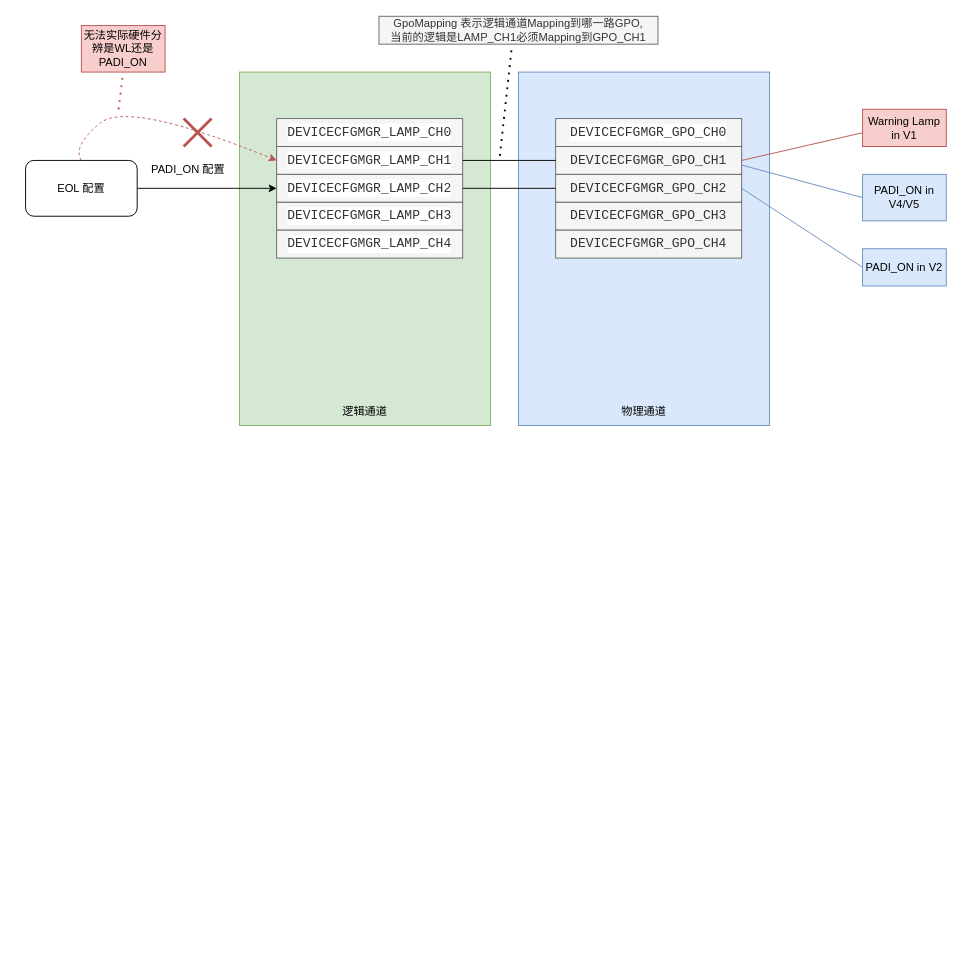
Above: Gpo_configuration.drawio in woshitanwang/pics_procdure (draw.io), before the change. Source tidied: cells renumbered, new cells numbered last; positions are measured from the earlier drawing's top-left corner, leaving out a move shared by most shapes. Both pictures are drawn from the tidied source at 93%, with x=0, y=0 at pixel (25, 16).
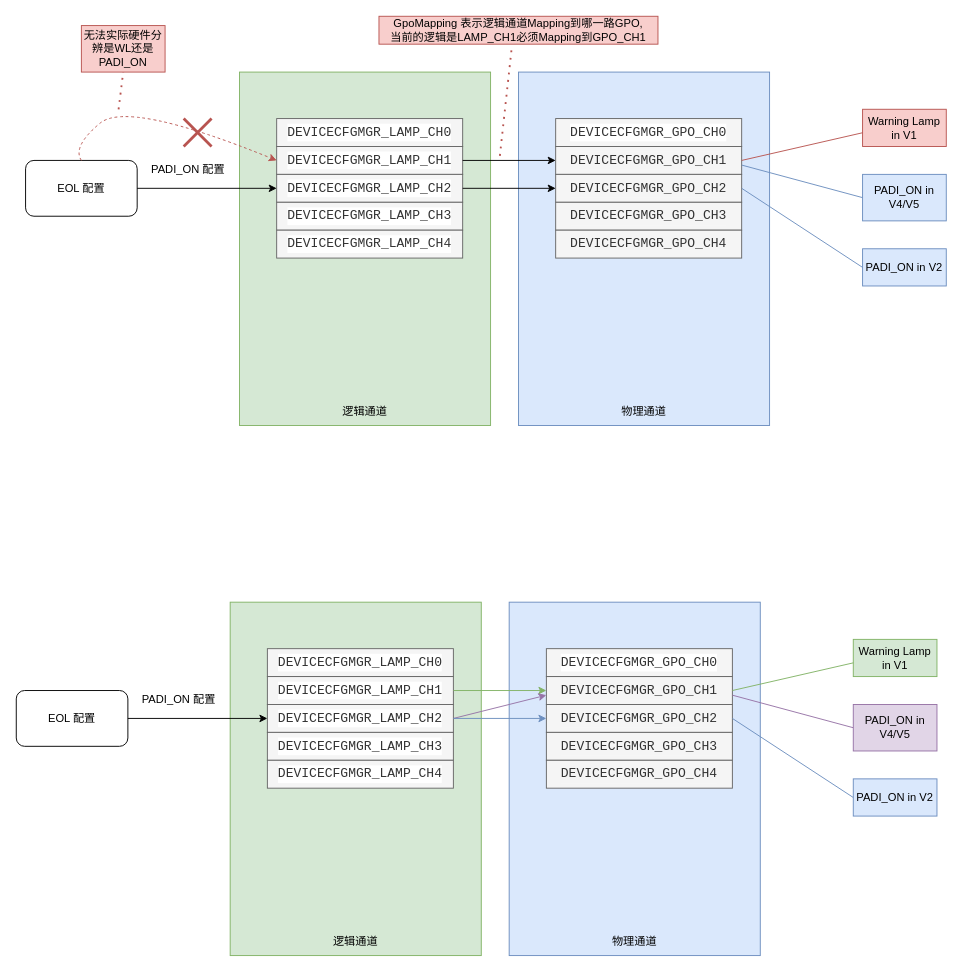
The same page after the edit.

The change refers to these unchanged cells:
```xml
<mxCell id="7" value="&lt;div style=&quot;color: rgb(51, 51, 51); font-family: Consolas, &amp;quot;Courier New&amp;quot;, monospace; font-size: 14px; line-height: 19px;&quot;&gt;DEVICECFGMGR_LAMP_CH1&lt;/div&gt;" style="text;html=1;strokeColor=#666666;fillColor=#f5f5f5;align=center;verticalAlign=middle;whiteSpace=wrap;rounded=0;labelBackgroundColor=#FFFFFF;fontColor=#333333;" parent="1" vertex="1">
  <mxGeometry x="270" y="140" width="200" height="30" as="geometry" />
</mxCell>
<mxCell id="8" value="&lt;div style=&quot;color: rgb(51, 51, 51); font-family: Consolas, &amp;quot;Courier New&amp;quot;, monospace; font-size: 14px; line-height: 19px;&quot;&gt;DEVICECFGMGR_LAMP_CH2&lt;/div&gt;" style="text;html=1;strokeColor=#666666;fillColor=#f5f5f5;align=center;verticalAlign=middle;whiteSpace=wrap;rounded=0;labelBackgroundColor=#FFFFFF;fontColor=#333333;" parent="1" vertex="1">
  <mxGeometry x="270" y="170" width="200" height="30" as="geometry" />
</mxCell>
<mxCell id="12" value="&lt;div style=&quot;background-color: rgb(245, 245, 245); font-family: Consolas, &amp;quot;Courier New&amp;quot;, monospace; font-size: 14px; line-height: 19px;&quot;&gt;&lt;div style=&quot;line-height: 19px;&quot;&gt;DEVICECFGMGR_GPO_CH1&lt;/div&gt;&lt;/div&gt;" style="text;html=1;strokeColor=#666666;fillColor=#f5f5f5;align=center;verticalAlign=middle;whiteSpace=wrap;rounded=0;fontColor=#333333;" parent="1" vertex="1">
  <mxGeometry x="570" y="140" width="200" height="30" as="geometry" />
</mxCell>
<mxCell id="13" value="&lt;div style=&quot;background-color: rgb(245, 245, 245); font-family: Consolas, &amp;quot;Courier New&amp;quot;, monospace; font-size: 14px; line-height: 19px;&quot;&gt;&lt;div style=&quot;line-height: 19px;&quot;&gt;DEVICECFGMGR_GPO_CH2&lt;/div&gt;&lt;/div&gt;" style="text;html=1;strokeColor=#666666;fillColor=#f5f5f5;align=center;verticalAlign=middle;whiteSpace=wrap;rounded=0;fontColor=#333333;" parent="1" vertex="1">
  <mxGeometry x="570" y="170" width="200" height="30" as="geometry" />
</mxCell>
```

What changed in the source:
```diff
@@
-    <mxCell id="17" style="endArrow=none;html=1;rounded=0;exitX=1;exitY=0.5;exitDx=0;exitDy=0;" parent="1" edge="1" source="7" target="12">
-      <mxGeometry relative="1" as="geometry" />
-    </mxCell>
@@
-    <mxCell id="22" value="GpoMapping 表示逻辑通道Mapping到哪一路GPO, &lt;br&gt;当前的逻辑是LAMP_CH1必须Mapping到GPO_CH1" style="text;html=1;strokeColor=#666666;fillColor=#f5f5f5;align=center;verticalAlign=middle;whiteSpace=wrap;rounded=0;fontColor=#333333;" parent="1" vertex="1">
+    <mxCell id="22" value="GpoMapping 表示逻辑通道Mapping到哪一路GPO, &lt;br&gt;当前的逻辑是LAMP_CH1必须Mapping到GPO_CH1" style="text;html=1;strokeColor=#b85450;fillColor=#f8cecc;align=center;verticalAlign=middle;whiteSpace=wrap;rounded=0;" parent="1" vertex="1">
       <mxGeometry x="380" width="300" height="30" as="geometry" />
     </mxCell>
-    <mxCell id="23" style="endArrow=none;dashed=1;html=1;dashPattern=1 3;strokeWidth=2;rounded=0;entryX=0.476;entryY=1.11;entryDx=0;entryDy=0;entryPerimeter=0;" parent="1" edge="1" target="22">
+    <mxCell id="23" style="endArrow=none;dashed=1;html=1;dashPattern=1 3;strokeWidth=2;rounded=0;entryX=0.476;entryY=1.11;entryDx=0;entryDy=0;entryPerimeter=0;fillColor=#f8cecc;strokeColor=#b85450;" parent="1" edge="1" target="22">
       <mxGeometry relative="1" as="geometry">
         <mxPoint x="510" y="150" as="sourcePoint" />
       </mxGeometry>
     </mxCell>
@@
-    <mxCell id="25" style="endArrow=none;html=1;rounded=0;exitX=1;exitY=0.5;exitDx=0;exitDy=0;entryX=0;entryY=0.5;entryDx=0;entryDy=0;" parent="1" edge="1" source="8" target="13">
-      <mxGeometry relative="1" as="geometry" />
-    </mxCell>
@@
+    <mxCell id="33" style="rounded=0;whiteSpace=wrap;html=1;fillColor=#d5e8d4;strokeColor=#82b366;" parent="1" vertex="1">
+      <mxGeometry x="220" y="630" width="270" height="380" as="geometry" />
+    </mxCell>
+    <mxCell id="34" value="逻辑通道" style="text;html=1;strokeColor=none;fillColor=none;align=center;verticalAlign=middle;whiteSpace=wrap;rounded=0;" parent="1" vertex="1">
+      <mxGeometry x="325" y="980" width="60" height="30" as="geometry" />
+    </mxCell>
+    <mxCell id="35" style="rounded=0;whiteSpace=wrap;html=1;fillColor=#dae8fc;strokeColor=#6c8ebf;" parent="1" vertex="1">
+      <mxGeometry x="520" y="630" width="270" height="380" as="geometry" />
+    </mxCell>
+    <mxCell id="36" value="物理通道" style="text;html=1;strokeColor=none;fillColor=none;align=center;verticalAlign=middle;whiteSpace=wrap;rounded=0;" parent="1" vertex="1">
+      <mxGeometry x="625" y="980" width="60" height="30" as="geometry" />
+    </mxCell>
+    <mxCell id="37" value="&lt;div style=&quot;color: rgb(51, 51, 51); font-family: Consolas, &amp;quot;Courier New&amp;quot;, monospace; font-size: 14px; line-height: 19px;&quot;&gt;DEVICECFGMGR_LAMP_CH0&lt;/div&gt;" style="text;html=1;strokeColor=#666666;fillColor=#f5f5f5;align=center;verticalAlign=middle;whiteSpace=wrap;rounded=0;labelBackgroundColor=#FFFFFF;fontColor=#333333;" parent="1" vertex="1">
+      <mxGeometry x="260" y="680" width="200" height="30" as="geometry" />
+    </mxCell>
+    <mxCell id="38" value="&lt;div style=&quot;color: rgb(51, 51, 51); font-family: Consolas, &amp;quot;Courier New&amp;quot;, monospace; font-size: 14px; line-height: 19px;&quot;&gt;DEVICECFGMGR_LAMP_CH1&lt;/div&gt;" style="text;html=1;strokeColor=#666666;fillColor=#f5f5f5;align=center;verticalAlign=middle;whiteSpace=wrap;rounded=0;labelBackgroundColor=#FFFFFF;fontColor=#333333;" parent="1" vertex="1">
+      <mxGeometry x="260" y="710" width="200" height="30" as="geometry" />
+    </mxCell>
+    <mxCell id="39" value="&lt;div style=&quot;color: rgb(51, 51, 51); font-family: Consolas, &amp;quot;Courier New&amp;quot;, monospace; font-size: 14px; line-height: 19px;&quot;&gt;DEVICECFGMGR_LAMP_CH2&lt;/div&gt;" style="text;html=1;strokeColor=#666666;fillColor=#f5f5f5;align=center;verticalAlign=middle;whiteSpace=wrap;rounded=0;labelBackgroundColor=#FFFFFF;fontColor=#333333;" parent="1" vertex="1">
+      <mxGeometry x="260" y="740" width="200" height="30" as="geometry" />
+    </mxCell>
+    <mxCell id="40" value="&lt;div style=&quot;color: rgb(51, 51, 51); font-family: Consolas, &amp;quot;Courier New&amp;quot;, monospace; font-size: 14px; line-height: 19px;&quot;&gt;DEVICECFGMGR_LAMP_CH3&lt;/div&gt;" style="text;html=1;strokeColor=#666666;fillColor=#f5f5f5;align=center;verticalAlign=middle;whiteSpace=wrap;rounded=0;labelBackgroundColor=#FFFFFF;fontColor=#333333;" parent="1" vertex="1">
+      <mxGeometry x="260" y="770" width="200" height="30" as="geometry" />
+    </mxCell>
+    <mxCell id="41" value="&lt;div style=&quot;color: rgb(51, 51, 51); font-family: Consolas, &amp;quot;Courier New&amp;quot;, monospace; font-size: 14px; line-height: 19px;&quot;&gt;DEVICECFGMGR_LAMP_CH4&lt;/div&gt;" style="text;html=1;strokeColor=#666666;fillColor=#f5f5f5;align=center;verticalAlign=middle;whiteSpace=wrap;rounded=0;labelBackgroundColor=#FFFFFF;fontColor=#333333;" parent="1" vertex="1">
+      <mxGeometry x="260" y="800" width="200" height="30" as="geometry" />
+    </mxCell>
+    <mxCell id="42" value="&lt;div style=&quot;font-family: Consolas, &amp;quot;Courier New&amp;quot;, monospace; font-size: 14px; line-height: 19px;&quot;&gt;&lt;div style=&quot;line-height: 19px;&quot;&gt;DEVICECFGMGR_GPO_CH0&lt;/div&gt;&lt;/div&gt;" style="text;html=1;strokeColor=#666666;fillColor=#f5f5f5;align=center;verticalAlign=middle;whiteSpace=wrap;rounded=0;labelBackgroundColor=#FFFFFF;fontColor=#333333;" parent="1" vertex="1">
+      <mxGeometry x="560" y="680" width="200" height="30" as="geometry" />
+    </mxCell>
+    <mxCell id="43" value="&lt;div style=&quot;background-color: rgb(245, 245, 245); font-family: Consolas, &amp;quot;Courier New&amp;quot;, monospace; font-size: 14px; line-height: 19px;&quot;&gt;&lt;div style=&quot;line-height: 19px;&quot;&gt;DEVICECFGMGR_GPO_CH1&lt;/div&gt;&lt;/div&gt;" style="text;html=1;strokeColor=#666666;fillColor=#f5f5f5;align=center;verticalAlign=middle;whiteSpace=wrap;rounded=0;fontColor=#333333;" parent="1" vertex="1">
+      <mxGeometry x="560" y="710" width="200" height="30" as="geometry" />
+    </mxCell>
+    <mxCell id="44" value="&lt;div style=&quot;background-color: rgb(245, 245, 245); font-family: Consolas, &amp;quot;Courier New&amp;quot;, monospace; font-size: 14px; line-height: 19px;&quot;&gt;&lt;div style=&quot;line-height: 19px;&quot;&gt;DEVICECFGMGR_GPO_CH2&lt;/div&gt;&lt;/div&gt;" style="text;html=1;strokeColor=#666666;fillColor=#f5f5f5;align=center;verticalAlign=middle;whiteSpace=wrap;rounded=0;fontColor=#333333;" parent="1" vertex="1">
+      <mxGeometry x="560" y="740" width="200" height="30" as="geometry" />
+    </mxCell>
+    <mxCell id="45" value="&lt;div style=&quot;background-color: rgb(245, 245, 245); font-family: Consolas, &amp;quot;Courier New&amp;quot;, monospace; font-size: 14px; line-height: 19px;&quot;&gt;&lt;div style=&quot;line-height: 19px;&quot;&gt;DEVICECFGMGR_GPO_CH3&lt;/div&gt;&lt;/div&gt;" style="text;html=1;strokeColor=#666666;fillColor=#f5f5f5;align=center;verticalAlign=middle;whiteSpace=wrap;rounded=0;fontColor=#333333;" parent="1" vertex="1">
+      <mxGeometry x="560" y="770" width="200" height="30" as="geometry" />
+    </mxCell>
+    <mxCell id="46" value="&lt;div style=&quot;background-color: rgb(245, 245, 245); font-family: Consolas, &amp;quot;Courier New&amp;quot;, monospace; font-size: 14px; line-height: 19px;&quot;&gt;&lt;div style=&quot;line-height: 19px;&quot;&gt;DEVICECFGMGR_GPO_CH4&lt;/div&gt;&lt;/div&gt;" style="text;html=1;strokeColor=#666666;fillColor=#f5f5f5;align=center;verticalAlign=middle;whiteSpace=wrap;rounded=0;fontColor=#333333;" parent="1" vertex="1">
+      <mxGeometry x="560" y="800" width="200" height="30" as="geometry" />
+    </mxCell>
+    <mxCell id="47" value="EOL 配置" style="rounded=1;whiteSpace=wrap;html=1;" parent="1" vertex="1">
+      <mxGeometry x="-10" y="725" width="120" height="60" as="geometry" />
+    </mxCell>
+    <mxCell id="48" style="endArrow=none;html=1;rounded=0;exitX=1;exitY=0.5;exitDx=0;exitDy=0;fillColor=#d5e8d4;strokeColor=#82b366;entryX=0.016;entryY=0.623;entryDx=0;entryDy=0;entryPerimeter=0;" parent="1" edge="1" source="43" target="49">
+      <mxGeometry relative="1" as="geometry" />
+    </mxCell>
+    <mxCell id="49" value="Warning Lamp in V1" style="text;html=1;strokeColor=#82b366;fillColor=#d5e8d4;align=center;verticalAlign=middle;whiteSpace=wrap;rounded=0;" parent="1" vertex="1">
+      <mxGeometry x="890" y="670" width="90" height="40" as="geometry" />
+    </mxCell>
+    <mxCell id="50" style="endArrow=none;html=1;rounded=0;entryX=0;entryY=0.5;entryDx=0;entryDy=0;fillColor=#e1d5e7;strokeColor=#9673a6;" parent="1" edge="1" target="51">
+      <mxGeometry relative="1" as="geometry">
+        <mxPoint x="760" y="730" as="sourcePoint" />
+      </mxGeometry>
+    </mxCell>
+    <mxCell id="51" value="PADI_ON in V4/V5" style="text;html=1;strokeColor=#9673a6;fillColor=#e1d5e7;align=center;verticalAlign=middle;whiteSpace=wrap;rounded=0;" parent="1" vertex="1">
+      <mxGeometry x="890" y="740" width="90" height="50" as="geometry" />
+    </mxCell>
+    <mxCell id="52" style="endArrow=classic;html=1;rounded=0;exitX=1;exitY=0.5;exitDx=0;exitDy=0;entryX=0;entryY=0.5;entryDx=0;entryDy=0;" parent="1" edge="1" source="47" target="39">
+      <mxGeometry relative="1" as="geometry" />
+    </mxCell>
+    <mxCell id="53" style="endArrow=none;html=1;rounded=0;entryX=1;entryY=0.5;entryDx=0;entryDy=0;exitX=0;exitY=0.5;exitDx=0;exitDy=0;fillColor=#dae8fc;strokeColor=#6c8ebf;" parent="1" edge="1" source="54" target="44">
+      <mxGeometry relative="1" as="geometry" />
+    </mxCell>
+    <mxCell id="54" value="PADI_ON in V2" style="text;html=1;strokeColor=#6c8ebf;fillColor=#dae8fc;align=center;verticalAlign=middle;whiteSpace=wrap;rounded=0;" parent="1" vertex="1">
+      <mxGeometry x="890" y="820" width="90" height="40" as="geometry" />
+    </mxCell>
+    <mxCell id="55" value="PADI_ON 配置" style="text;html=1;strokeColor=none;fillColor=none;align=center;verticalAlign=middle;whiteSpace=wrap;rounded=0;" parent="1" vertex="1">
+      <mxGeometry x="120" y="720" width="90" height="30" as="geometry" />
+    </mxCell>
+    <mxCell id="17" style="endArrow=classic;html=1;rounded=0;exitX=1;exitY=0.5;exitDx=0;exitDy=0;entryX=0;entryY=0.5;entryDx=0;entryDy=0;" parent="1" edge="1" source="7" target="12">
+      <mxGeometry relative="1" as="geometry" />
+    </mxCell>
+    <mxCell id="25" style="endArrow=classic;html=1;rounded=0;exitX=1;exitY=0.5;exitDx=0;exitDy=0;entryX=0;entryY=0.5;entryDx=0;entryDy=0;" parent="1" edge="1" source="8" target="13">
+      <mxGeometry relative="1" as="geometry" />
+    </mxCell>
+    <mxCell id="56" style="endArrow=classic;html=1;rounded=0;exitX=1;exitY=0.5;exitDx=0;exitDy=0;fillColor=#d5e8d4;strokeColor=#82b366;" parent="1" edge="1" source="38">
+      <mxGeometry relative="1" as="geometry">
+        <mxPoint x="560" y="725" as="targetPoint" />
+      </mxGeometry>
+    </mxCell>
+    <mxCell id="57" style="endArrow=classic;html=1;rounded=0;exitX=1;exitY=0.5;exitDx=0;exitDy=0;fillColor=#e1d5e7;strokeColor=#9673a6;" parent="1" edge="1" source="39">
+      <mxGeometry relative="1" as="geometry">
+        <mxPoint x="560" y="730" as="targetPoint" />
+      </mxGeometry>
+    </mxCell>
+    <mxCell id="58" style="endArrow=classic;html=1;rounded=0;exitX=1;exitY=0.5;exitDx=0;exitDy=0;entryX=0;entryY=0.5;entryDx=0;entryDy=0;fillColor=#dae8fc;strokeColor=#6c8ebf;" parent="1" edge="1" source="39" target="44">
+      <mxGeometry relative="1" as="geometry" />
+    </mxCell>
```
